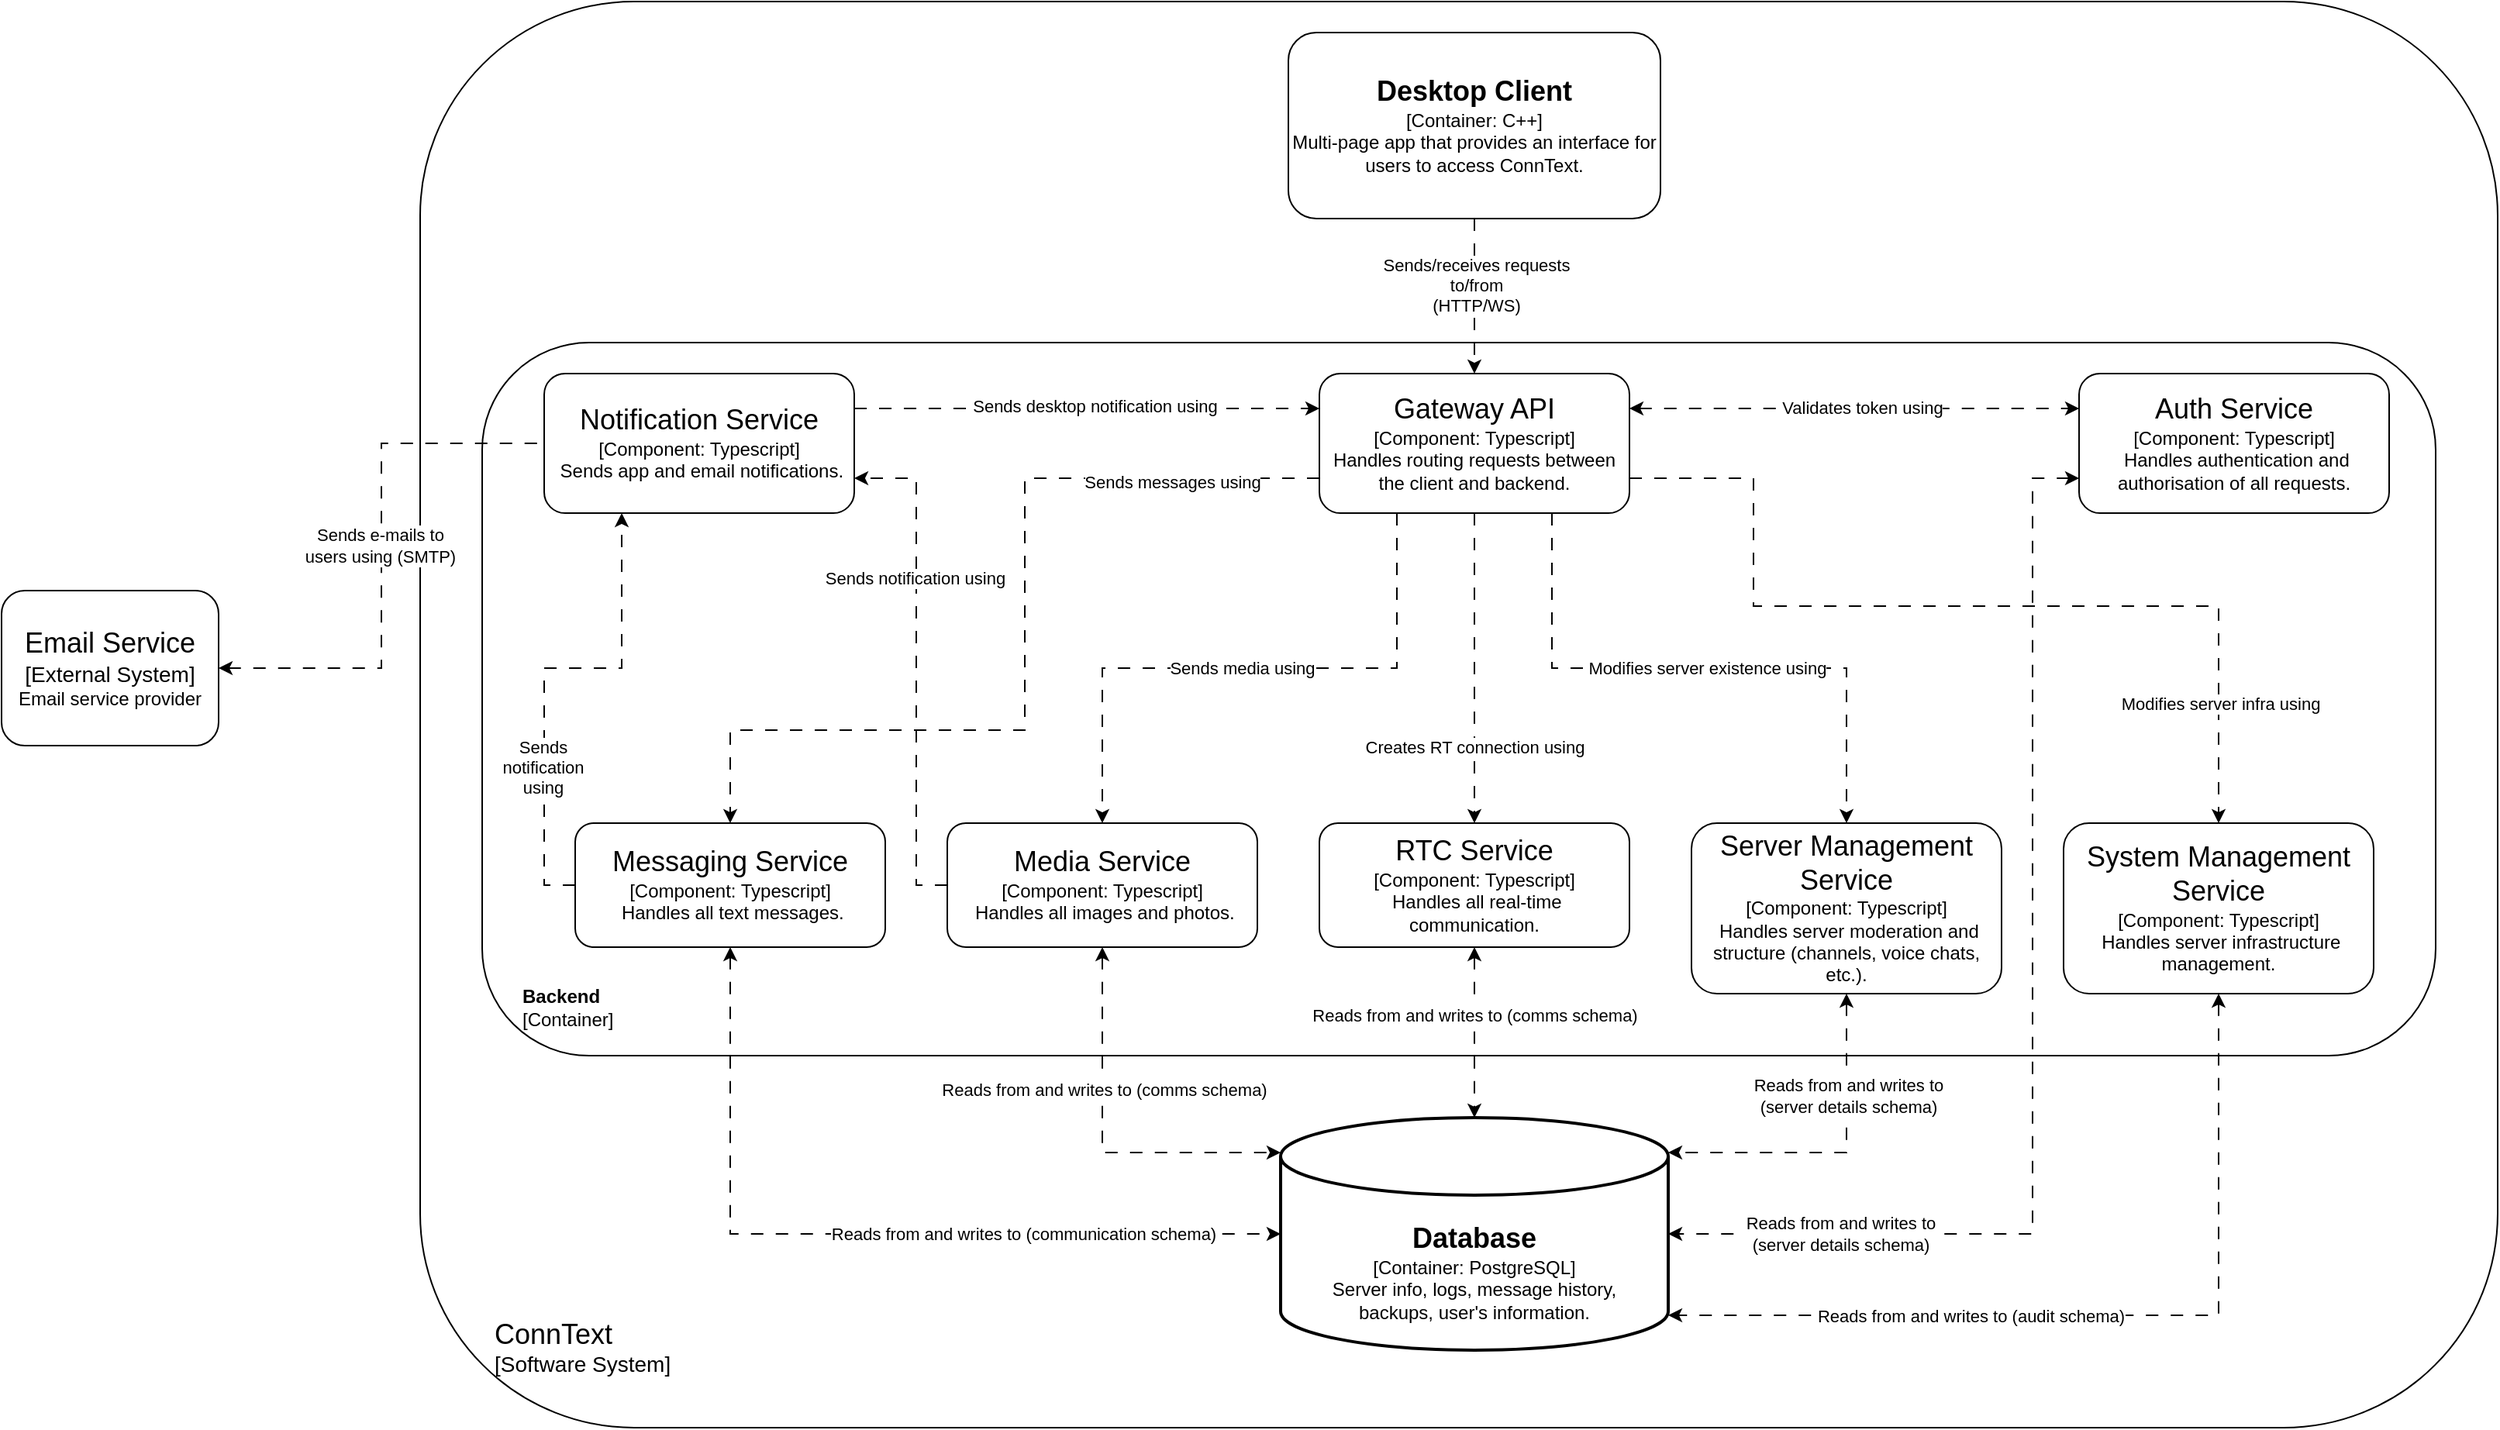
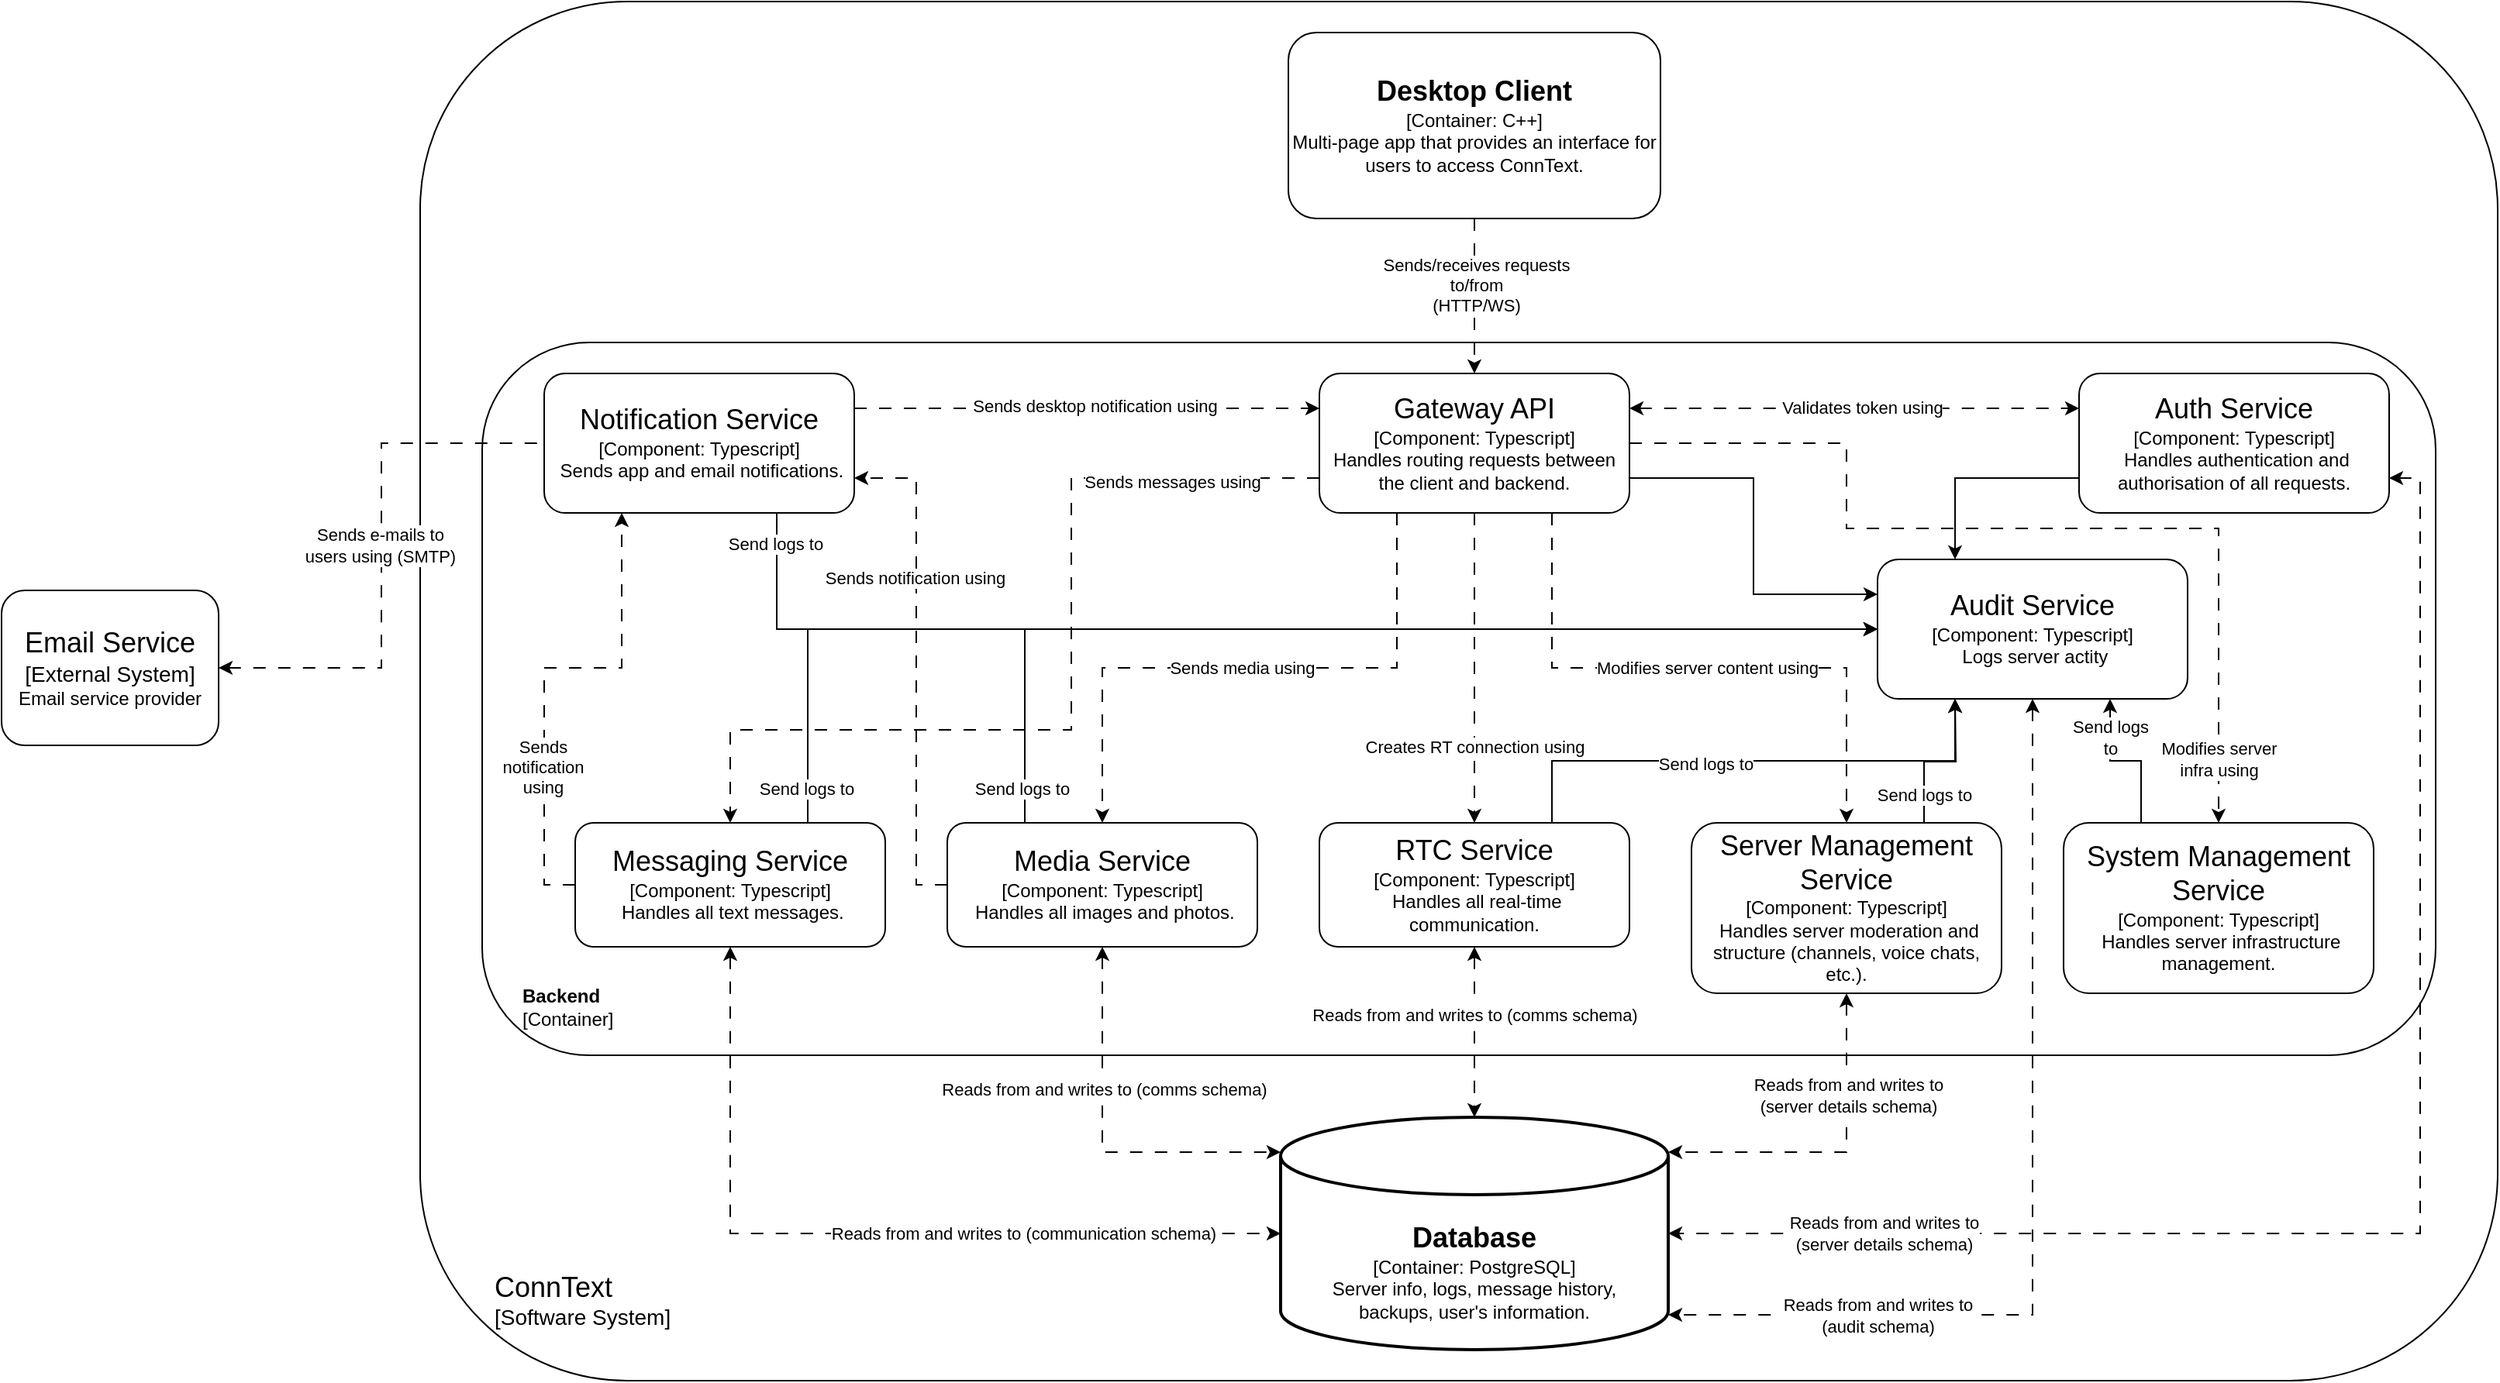
<mxfile host="app.diagrams.net">
  <diagram name="Page-1" id="-D0uz9oCqLTvvD-DE7tV">
-     <mxGraphModel dx="1474" dy="938" grid="1" gridSize="10" guides="1" tooltips="1" connect="1" arrows="1" fold="1" page="1" pageScale="1" pageWidth="850" pageHeight="1100" math="0" shadow="0">
+     <mxGraphModel dx="1638" dy="1042" grid="1" gridSize="10" guides="1" tooltips="1" connect="1" arrows="1" fold="1" page="1" pageScale="1" pageWidth="850" pageHeight="1100" math="0" shadow="0">
      <root>
        <mxCell id="0" />
        <mxCell id="1" parent="0" />
        <mxCell id="F4wSaaVHy6crQIPHMRsN-14" parent="1" style="rounded=1;whiteSpace=wrap;html=1;labelBackgroundColor=none;fillColor=none;align=left;verticalAlign=bottom;labelPosition=center;verticalLabelPosition=middle;spacingBottom=30;spacingLeft=46;" value="&lt;div&gt;&lt;font style=&quot;font-size: 18px;&quot;&gt;ConnText&lt;/font&gt;&lt;/div&gt;&lt;div&gt;&lt;font style=&quot;font-size: 14px;&quot;&gt;[Software System]&lt;/font&gt;&lt;/div&gt;" vertex="1">
-           <mxGeometry height="920" width="1340" x="840" y="160" as="geometry" />
+           <mxGeometry height="890" width="1340" x="840" y="160" as="geometry" />
        </mxCell>
        <mxCell id="F4wSaaVHy6crQIPHMRsN-20" edge="1" parent="1" source="F4wSaaVHy6crQIPHMRsN-19" style="edgeStyle=orthogonalEdgeStyle;rounded=0;orthogonalLoop=1;jettySize=auto;html=1;dashed=1;dashPattern=8 8;startArrow=classic;startFill=1;endArrow=none;endFill=0;entryX=0;entryY=0.5;entryDx=0;entryDy=0;" target="oru-yA7krwuZPlTiFs-v-37">
          <mxGeometry relative="1" as="geometry">
            <mxPoint x="1320" y="510" as="targetPoint" />
          </mxGeometry>
        </mxCell>
        <mxCell id="F4wSaaVHy6crQIPHMRsN-21" connectable="0" parent="F4wSaaVHy6crQIPHMRsN-20" style="edgeLabel;html=1;align=center;verticalAlign=middle;resizable=0;points=[];" value="&lt;div&gt;Sends e-mails to&lt;/div&gt;&lt;div&gt;users using (SMTP)&lt;/div&gt;" vertex="1">
          <mxGeometry relative="1" x="0.04" y="1" as="geometry">
            <mxPoint as="offset" />
          </mxGeometry>
        </mxCell>
        <mxCell id="F4wSaaVHy6crQIPHMRsN-19" parent="1" style="rounded=1;whiteSpace=wrap;html=1;fontStyle=0" value="&lt;div&gt;&lt;font style=&quot;font-size: 18px;&quot;&gt;Email Service&lt;/font&gt;&lt;/div&gt;&lt;div&gt;&lt;font style=&quot;font-size: 14px;&quot;&gt;[External System]&lt;/font&gt;&lt;/div&gt;&lt;div&gt;Email service provider&lt;/div&gt;" vertex="1">
          <mxGeometry height="100" width="140" x="570" y="540" as="geometry" />
        </mxCell>
        <mxCell id="F4wSaaVHy6crQIPHMRsN-22" parent="1" style="rounded=1;whiteSpace=wrap;html=1;" value="&lt;div&gt;&lt;b&gt;&lt;font style=&quot;font-size: 18px;&quot;&gt;Desktop Client&lt;/font&gt;&lt;/b&gt;&lt;/div&gt;&lt;div&gt;[Container: C++]&lt;/div&gt;&lt;div&gt;Multi-page app that provides an interface for users to access ConnText.&lt;/div&gt;" vertex="1">
          <mxGeometry height="120" width="240" x="1400" y="180" as="geometry" />
        </mxCell>
        <mxCell id="F4wSaaVHy6crQIPHMRsN-30" edge="1" parent="1" source="F4wSaaVHy6crQIPHMRsN-22" style="edgeStyle=orthogonalEdgeStyle;rounded=0;orthogonalLoop=1;jettySize=auto;html=1;entryX=0.5;entryY=0;entryDx=0;entryDy=0;dashed=1;dashPattern=8 8;exitX=0.5;exitY=1;exitDx=0;exitDy=0;" target="oru-yA7krwuZPlTiFs-v-1">
          <mxGeometry relative="1" as="geometry">
            <mxPoint x="1440" y="600" as="sourcePoint" />
          </mxGeometry>
        </mxCell>
        <mxCell id="F4wSaaVHy6crQIPHMRsN-31" connectable="0" parent="F4wSaaVHy6crQIPHMRsN-30" style="edgeLabel;html=1;align=center;verticalAlign=middle;resizable=0;points=[];labelBackgroundColor=default;" value="&lt;div&gt;Sends/receives requests&lt;/div&gt;&lt;div&gt;to/from&lt;/div&gt;&lt;div&gt;(HTTP/WS)&lt;/div&gt;" vertex="1">
          <mxGeometry relative="1" x="-0.136" y="1" as="geometry">
            <mxPoint as="offset" />
          </mxGeometry>
        </mxCell>
        <mxCell id="F4wSaaVHy6crQIPHMRsN-37" connectable="0" parent="1" style="group" value="" vertex="1">
          <mxGeometry height="150" width="250" x="1395" y="880" as="geometry" />
        </mxCell>
        <mxCell id="F4wSaaVHy6crQIPHMRsN-33" parent="F4wSaaVHy6crQIPHMRsN-37" style="strokeWidth=2;html=1;shape=mxgraph.flowchart.database;whiteSpace=wrap;" value="" vertex="1">
          <mxGeometry height="150" width="250" as="geometry" />
        </mxCell>
        <UserObject label="&lt;div&gt;&lt;font style=&quot;font-size: 18px;&quot;&gt;&lt;b&gt;Database&lt;/b&gt;&lt;/font&gt;&lt;/div&gt;&lt;div&gt;[Container: PostgreSQL]&lt;/div&gt;&lt;div&gt;Server info, logs, message history, backups, user&#39;s information.&lt;/div&gt;" placeholders="1" name="Variable" id="F4wSaaVHy6crQIPHMRsN-35">
          <mxCell parent="F4wSaaVHy6crQIPHMRsN-37" style="text;html=1;strokeColor=none;fillColor=none;align=center;verticalAlign=middle;whiteSpace=wrap;overflow=hidden;" vertex="1">
            <mxGeometry height="100" width="230" x="10" y="50" as="geometry" />
          </mxCell>
        </UserObject>
        <mxCell id="F4wSaaVHy6crQIPHMRsN-44" connectable="0" parent="1" style="group;fillColor=none;" value="" vertex="1">
          <mxGeometry height="460" width="1280" x="880" y="380" as="geometry" />
        </mxCell>
        <mxCell id="F4wSaaVHy6crQIPHMRsN-29" parent="F4wSaaVHy6crQIPHMRsN-44" style="rounded=1;whiteSpace=wrap;html=1;backgroundOutline=0;gradientColor=none;fillColor=none;align=left;verticalAlign=bottom;fontSize=12;spacingBottom=14;spacingRight=0;spacingLeft=24;" value="&lt;div&gt;&lt;font&gt;&lt;b&gt;Backend&lt;/b&gt;&lt;/font&gt;&lt;/div&gt;&lt;div&gt;[Container]&lt;/div&gt;" vertex="1">
          <mxGeometry height="460" width="1260" as="geometry" />
        </mxCell>
        <mxCell id="oru-yA7krwuZPlTiFs-v-9" edge="1" parent="F4wSaaVHy6crQIPHMRsN-44" source="oru-yA7krwuZPlTiFs-v-1" style="edgeStyle=orthogonalEdgeStyle;rounded=0;orthogonalLoop=1;jettySize=auto;html=1;entryX=0;entryY=0.25;entryDx=0;entryDy=0;dashed=1;dashPattern=8 8;exitX=1;exitY=0.25;exitDx=0;exitDy=0;startArrow=classic;startFill=1;" target="oru-yA7krwuZPlTiFs-v-7">
          <mxGeometry relative="1" as="geometry" />
        </mxCell>
        <mxCell id="oru-yA7krwuZPlTiFs-v-11" connectable="0" parent="oru-yA7krwuZPlTiFs-v-9" style="edgeLabel;html=1;align=center;verticalAlign=middle;resizable=0;points=[];" value="Validates token using" vertex="1">
          <mxGeometry relative="1" x="0.032" y="1" as="geometry">
            <mxPoint as="offset" />
          </mxGeometry>
        </mxCell>
+         <mxCell id="rTsw65dopQfblQQPnAjE-2" edge="1" parent="F4wSaaVHy6crQIPHMRsN-44" source="oru-yA7krwuZPlTiFs-v-1" style="edgeStyle=orthogonalEdgeStyle;rounded=0;orthogonalLoop=1;jettySize=auto;html=1;exitX=1;exitY=0.75;exitDx=0;exitDy=0;entryX=0;entryY=0.25;entryDx=0;entryDy=0;" target="rTsw65dopQfblQQPnAjE-1">
+           <mxGeometry relative="1" as="geometry" />
+         </mxCell>
        <mxCell id="oru-yA7krwuZPlTiFs-v-1" parent="F4wSaaVHy6crQIPHMRsN-44" style="rounded=1;whiteSpace=wrap;html=1;fillColor=none;" value="&lt;div&gt;&lt;font style=&quot;font-size: 18px;&quot;&gt;Gateway API&lt;/font&gt;&lt;/div&gt;&lt;div&gt;[Component: Typescript]&lt;/div&gt;&lt;div&gt;Handles routing requests between the client and backend.&lt;/div&gt;" vertex="1">
          <mxGeometry height="90" width="200" x="540" y="20" as="geometry" />
        </mxCell>
        <mxCell id="oru-yA7krwuZPlTiFs-v-38" edge="1" parent="F4wSaaVHy6crQIPHMRsN-44" source="oru-yA7krwuZPlTiFs-v-2" style="edgeStyle=orthogonalEdgeStyle;rounded=0;orthogonalLoop=1;jettySize=auto;html=1;exitX=0;exitY=0.5;exitDx=0;exitDy=0;entryX=0.25;entryY=1;entryDx=0;entryDy=0;dashed=1;dashPattern=8 8;" target="oru-yA7krwuZPlTiFs-v-37">
          <mxGeometry relative="1" as="geometry" />
        </mxCell>
        <mxCell id="oru-yA7krwuZPlTiFs-v-41" connectable="0" parent="oru-yA7krwuZPlTiFs-v-38" style="edgeLabel;html=1;align=center;verticalAlign=middle;resizable=0;points=[];" value="&lt;div&gt;Sends&lt;/div&gt;&lt;div&gt;notification&lt;/div&gt;&lt;div&gt;using&lt;/div&gt;" vertex="1">
          <mxGeometry relative="1" x="-0.3771" y="1" as="geometry">
+             <mxPoint as="offset" />
+           </mxGeometry>
+         </mxCell>
+         <mxCell id="rTsw65dopQfblQQPnAjE-5" edge="1" parent="F4wSaaVHy6crQIPHMRsN-44" source="oru-yA7krwuZPlTiFs-v-2" style="edgeStyle=orthogonalEdgeStyle;rounded=0;orthogonalLoop=1;jettySize=auto;html=1;exitX=0.75;exitY=0;exitDx=0;exitDy=0;entryX=0;entryY=0.5;entryDx=0;entryDy=0;" target="rTsw65dopQfblQQPnAjE-1">
+           <mxGeometry relative="1" as="geometry" />
+         </mxCell>
+         <mxCell id="rTsw65dopQfblQQPnAjE-14" connectable="0" parent="rTsw65dopQfblQQPnAjE-5" style="edgeLabel;html=1;align=center;verticalAlign=middle;resizable=0;points=[];" value="Send logs to" vertex="1">
+           <mxGeometry relative="1" x="-0.9444" y="1" as="geometry">
            <mxPoint as="offset" />
          </mxGeometry>
        </mxCell>
        <mxCell id="oru-yA7krwuZPlTiFs-v-2" parent="F4wSaaVHy6crQIPHMRsN-44" style="rounded=1;whiteSpace=wrap;html=1;fillColor=none;" value="&lt;div&gt;&lt;font style=&quot;font-size: 18px;&quot;&gt;Messaging Service&lt;/font&gt;&lt;/div&gt;&lt;div&gt;[Component: Typescript]&lt;/div&gt;&lt;div&gt;&amp;nbsp;Handles all text messages.&lt;/div&gt;" vertex="1">
          <mxGeometry height="80" width="200" x="60" y="310" as="geometry" />
        </mxCell>
        <mxCell id="oru-yA7krwuZPlTiFs-v-39" edge="1" parent="F4wSaaVHy6crQIPHMRsN-44" source="oru-yA7krwuZPlTiFs-v-3" style="edgeStyle=orthogonalEdgeStyle;rounded=0;orthogonalLoop=1;jettySize=auto;html=1;exitX=0;exitY=0.5;exitDx=0;exitDy=0;entryX=1;entryY=0.75;entryDx=0;entryDy=0;dashed=1;dashPattern=8 8;" target="oru-yA7krwuZPlTiFs-v-37">
          <mxGeometry relative="1" as="geometry">
            <Array as="points">
              <mxPoint x="280" y="350" />
              <mxPoint x="280" y="88" />
            </Array>
          </mxGeometry>
        </mxCell>
        <mxCell id="oru-yA7krwuZPlTiFs-v-40" connectable="0" parent="oru-yA7krwuZPlTiFs-v-39" style="edgeLabel;html=1;align=center;verticalAlign=middle;resizable=0;points=[];" value="Sends notification using" vertex="1">
          <mxGeometry relative="1" x="0.0137" y="1" as="geometry">
            <mxPoint y="-55" as="offset" />
          </mxGeometry>
        </mxCell>
+         <mxCell id="rTsw65dopQfblQQPnAjE-6" edge="1" parent="F4wSaaVHy6crQIPHMRsN-44" source="oru-yA7krwuZPlTiFs-v-3" style="edgeStyle=orthogonalEdgeStyle;rounded=0;orthogonalLoop=1;jettySize=auto;html=1;exitX=0.25;exitY=0;exitDx=0;exitDy=0;entryX=0;entryY=0.5;entryDx=0;entryDy=0;" target="rTsw65dopQfblQQPnAjE-1">
+           <mxGeometry relative="1" as="geometry" />
+         </mxCell>
+         <mxCell id="rTsw65dopQfblQQPnAjE-13" connectable="0" parent="rTsw65dopQfblQQPnAjE-6" style="edgeLabel;html=1;align=center;verticalAlign=middle;resizable=0;points=[];" value="Send logs to" vertex="1">
+           <mxGeometry relative="1" x="-0.9328" y="2" as="geometry">
+             <mxPoint as="offset" />
+           </mxGeometry>
+         </mxCell>
        <mxCell id="oru-yA7krwuZPlTiFs-v-3" parent="F4wSaaVHy6crQIPHMRsN-44" style="rounded=1;whiteSpace=wrap;html=1;fillColor=none;" value="&lt;div&gt;&lt;font style=&quot;font-size: 18px;&quot;&gt;Media Service&lt;/font&gt;&lt;/div&gt;&lt;div&gt;[Component: Typescript]&lt;/div&gt;&lt;div&gt;&amp;nbsp;Handles all images and photos.&lt;/div&gt;" vertex="1">
          <mxGeometry height="80" width="200" x="300" y="310" as="geometry" />
        </mxCell>
+         <mxCell id="rTsw65dopQfblQQPnAjE-7" edge="1" parent="F4wSaaVHy6crQIPHMRsN-44" source="oru-yA7krwuZPlTiFs-v-4" style="edgeStyle=orthogonalEdgeStyle;rounded=0;orthogonalLoop=1;jettySize=auto;html=1;exitX=0.75;exitY=0;exitDx=0;exitDy=0;entryX=0.25;entryY=1;entryDx=0;entryDy=0;" target="rTsw65dopQfblQQPnAjE-1">
+           <mxGeometry relative="1" as="geometry" />
+         </mxCell>
+         <mxCell id="rTsw65dopQfblQQPnAjE-11" connectable="0" parent="rTsw65dopQfblQQPnAjE-7" style="edgeLabel;html=1;align=center;verticalAlign=middle;resizable=0;points=[];" value="Send logs to" vertex="1">
+           <mxGeometry relative="1" x="-0.1817" y="-2" as="geometry">
+             <mxPoint as="offset" />
+           </mxGeometry>
+         </mxCell>
        <mxCell id="oru-yA7krwuZPlTiFs-v-4" parent="F4wSaaVHy6crQIPHMRsN-44" style="rounded=1;whiteSpace=wrap;html=1;fillColor=none;" value="&lt;div&gt;&lt;font style=&quot;font-size: 18px;&quot;&gt;RTC Service&lt;/font&gt;&lt;/div&gt;&lt;div&gt;[Component: Typescript]&lt;/div&gt;&lt;div&gt;&amp;nbsp;Handles all real-time communication.&lt;/div&gt;" vertex="1">
          <mxGeometry height="80" width="200" x="540" y="310" as="geometry" />
+         </mxCell>
+         <mxCell id="rTsw65dopQfblQQPnAjE-8" edge="1" parent="F4wSaaVHy6crQIPHMRsN-44" source="oru-yA7krwuZPlTiFs-v-5" style="edgeStyle=orthogonalEdgeStyle;rounded=0;orthogonalLoop=1;jettySize=auto;html=1;exitX=0.75;exitY=0;exitDx=0;exitDy=0;">
+           <mxGeometry relative="1" as="geometry">
+             <mxPoint x="950" y="230" as="targetPoint" />
+           </mxGeometry>
+         </mxCell>
+         <mxCell id="rTsw65dopQfblQQPnAjE-12" connectable="0" parent="rTsw65dopQfblQQPnAjE-8" style="edgeLabel;html=1;align=center;verticalAlign=middle;resizable=0;points=[];" value="Send logs to" vertex="1">
+           <mxGeometry relative="1" x="-0.6356" as="geometry">
+             <mxPoint as="offset" />
+           </mxGeometry>
        </mxCell>
        <mxCell id="oru-yA7krwuZPlTiFs-v-5" parent="F4wSaaVHy6crQIPHMRsN-44" style="rounded=1;whiteSpace=wrap;html=1;fillColor=none;" value="&lt;div&gt;&lt;font style=&quot;font-size: 18px;&quot;&gt;Server Management Service&lt;/font&gt;&lt;/div&gt;&lt;div&gt;[Component: Typescript]&lt;/div&gt;&lt;div&gt;&amp;nbsp;Handles server moderation and structure (channels, voice chats, etc.).&lt;/div&gt;" vertex="1">
          <mxGeometry height="110" width="200" x="780" y="310" as="geometry" />
        </mxCell>
        <mxCell id="oru-yA7krwuZPlTiFs-v-10" edge="1" parent="F4wSaaVHy6crQIPHMRsN-44" source="oru-yA7krwuZPlTiFs-v-1" style="edgeStyle=orthogonalEdgeStyle;rounded=0;orthogonalLoop=1;jettySize=auto;html=1;exitX=0.5;exitY=1;exitDx=0;exitDy=0;entryX=0.5;entryY=0;entryDx=0;entryDy=0;dashed=1;dashPattern=8 8;" target="oru-yA7krwuZPlTiFs-v-4">
          <mxGeometry relative="1" as="geometry" />
        </mxCell>
        <mxCell id="oru-yA7krwuZPlTiFs-v-12" connectable="0" parent="oru-yA7krwuZPlTiFs-v-10" style="edgeLabel;html=1;align=center;verticalAlign=middle;resizable=0;points=[];" value="&lt;div&gt;Creates RT connection using&lt;/div&gt;" vertex="1">
          <mxGeometry relative="1" x="-0.1771" y="-1" as="geometry">
            <mxPoint x="1" y="68" as="offset" />
          </mxGeometry>
        </mxCell>
        <mxCell id="oru-yA7krwuZPlTiFs-v-13" edge="1" parent="F4wSaaVHy6crQIPHMRsN-44" source="oru-yA7krwuZPlTiFs-v-1" style="edgeStyle=orthogonalEdgeStyle;rounded=0;orthogonalLoop=1;jettySize=auto;html=1;exitX=0.25;exitY=1;exitDx=0;exitDy=0;entryX=0.5;entryY=0;entryDx=0;entryDy=0;dashed=1;dashPattern=8 8;" target="oru-yA7krwuZPlTiFs-v-3">
          <mxGeometry relative="1" as="geometry" />
        </mxCell>
        <mxCell id="oru-yA7krwuZPlTiFs-v-14" connectable="0" parent="oru-yA7krwuZPlTiFs-v-13" style="edgeLabel;html=1;align=center;verticalAlign=middle;resizable=0;points=[];" value="Sends media using" vertex="1">
          <mxGeometry relative="1" x="0.5584" as="geometry">
            <mxPoint x="90" y="-14" as="offset" />
          </mxGeometry>
        </mxCell>
        <mxCell id="oru-yA7krwuZPlTiFs-v-16" edge="1" parent="F4wSaaVHy6crQIPHMRsN-44" source="oru-yA7krwuZPlTiFs-v-1" style="edgeStyle=orthogonalEdgeStyle;rounded=0;orthogonalLoop=1;jettySize=auto;html=1;exitX=0;exitY=0.75;exitDx=0;exitDy=0;entryX=0.5;entryY=0;entryDx=0;entryDy=0;dashed=1;dashPattern=8 8;" target="oru-yA7krwuZPlTiFs-v-2">
          <mxGeometry relative="1" as="geometry">
            <Array as="points">
-               <mxPoint x="350" y="88" />
-               <mxPoint x="350" y="250" />
+               <mxPoint x="380" y="88" />
+               <mxPoint x="380" y="250" />
              <mxPoint x="160" y="250" />
            </Array>
          </mxGeometry>
        </mxCell>
        <mxCell id="oru-yA7krwuZPlTiFs-v-17" connectable="0" parent="oru-yA7krwuZPlTiFs-v-16" style="edgeLabel;html=1;align=center;verticalAlign=middle;resizable=0;points=[];" value="Sends messages using" vertex="1">
          <mxGeometry relative="1" x="0.7522" as="geometry">
            <mxPoint x="270" y="-160" as="offset" />
          </mxGeometry>
        </mxCell>
        <mxCell id="oru-yA7krwuZPlTiFs-v-18" edge="1" parent="F4wSaaVHy6crQIPHMRsN-44" source="oru-yA7krwuZPlTiFs-v-1" style="edgeStyle=orthogonalEdgeStyle;rounded=0;orthogonalLoop=1;jettySize=auto;html=1;exitX=0.75;exitY=1;exitDx=0;exitDy=0;entryX=0.5;entryY=0;entryDx=0;entryDy=0;dashed=1;dashPattern=8 8;" target="oru-yA7krwuZPlTiFs-v-5">
          <mxGeometry relative="1" as="geometry" />
        </mxCell>
-         <mxCell id="oru-yA7krwuZPlTiFs-v-19" connectable="0" parent="oru-yA7krwuZPlTiFs-v-18" style="edgeLabel;html=1;align=center;verticalAlign=middle;resizable=0;points=[];" value="Modifies server existence using" vertex="1">
+         <mxCell id="oru-yA7krwuZPlTiFs-v-19" connectable="0" parent="oru-yA7krwuZPlTiFs-v-18" style="edgeLabel;html=1;align=center;verticalAlign=middle;resizable=0;points=[];" value="Modifies server content using" vertex="1">
          <mxGeometry relative="1" x="0.6157" y="1" as="geometry">
            <mxPoint x="-91" y="-25" as="offset" />
          </mxGeometry>
        </mxCell>
-         <mxCell id="oru-yA7krwuZPlTiFs-v-20" edge="1" parent="F4wSaaVHy6crQIPHMRsN-44" source="oru-yA7krwuZPlTiFs-v-1" style="edgeStyle=orthogonalEdgeStyle;rounded=0;orthogonalLoop=1;jettySize=auto;html=1;exitX=1;exitY=0.75;exitDx=0;exitDy=0;entryX=0.5;entryY=0;entryDx=0;entryDy=0;dashed=1;dashPattern=8 8;" target="oru-yA7krwuZPlTiFs-v-8">
-           <mxGeometry relative="1" as="geometry">
-             <Array as="points">
-               <mxPoint x="820" y="88" />
-               <mxPoint x="820" y="170" />
-               <mxPoint x="1120" y="170" />
-             </Array>
-           </mxGeometry>
-         </mxCell>
-         <mxCell id="oru-yA7krwuZPlTiFs-v-21" connectable="0" parent="oru-yA7krwuZPlTiFs-v-20" style="edgeLabel;html=1;align=center;verticalAlign=middle;resizable=0;points=[];" value="Modifies server infra using" vertex="1">
+         <mxCell id="oru-yA7krwuZPlTiFs-v-20" edge="1" parent="F4wSaaVHy6crQIPHMRsN-44" source="oru-yA7krwuZPlTiFs-v-1" style="edgeStyle=orthogonalEdgeStyle;rounded=0;orthogonalLoop=1;jettySize=auto;html=1;exitX=1;exitY=0.5;exitDx=0;exitDy=0;entryX=0.5;entryY=0;entryDx=0;entryDy=0;dashed=1;dashPattern=8 8;" target="oru-yA7krwuZPlTiFs-v-8">
+           <mxGeometry relative="1" as="geometry">
+             <Array as="points">
+               <mxPoint x="880" y="65" />
+               <mxPoint x="880" y="120" />
+               <mxPoint x="1120" y="120" />
+             </Array>
+           </mxGeometry>
+         </mxCell>
+         <mxCell id="oru-yA7krwuZPlTiFs-v-21" connectable="0" parent="oru-yA7krwuZPlTiFs-v-20" style="edgeLabel;html=1;align=center;verticalAlign=middle;resizable=0;points=[];" value="&lt;div&gt;Modifies server&lt;/div&gt;&lt;div&gt;infra using&lt;/div&gt;" vertex="1">
          <mxGeometry relative="1" x="0.7443" y="1" as="geometry">
-             <mxPoint as="offset" />
-           </mxGeometry>
+             <mxPoint x="-1" y="39" as="offset" />
+           </mxGeometry>
+         </mxCell>
+         <mxCell id="rTsw65dopQfblQQPnAjE-3" edge="1" parent="F4wSaaVHy6crQIPHMRsN-44" source="oru-yA7krwuZPlTiFs-v-7" style="edgeStyle=orthogonalEdgeStyle;rounded=0;orthogonalLoop=1;jettySize=auto;html=1;exitX=0;exitY=0.75;exitDx=0;exitDy=0;entryX=0.25;entryY=0;entryDx=0;entryDy=0;" target="rTsw65dopQfblQQPnAjE-1">
+           <mxGeometry relative="1" as="geometry" />
        </mxCell>
        <mxCell id="oru-yA7krwuZPlTiFs-v-7" parent="F4wSaaVHy6crQIPHMRsN-44" style="rounded=1;whiteSpace=wrap;html=1;fillColor=none;" value="&lt;div&gt;&lt;font style=&quot;font-size: 18px;&quot;&gt;Auth Service&lt;/font&gt;&lt;/div&gt;&lt;div&gt;[Component: Typescript]&lt;/div&gt;&lt;div&gt;&amp;nbsp;Handles authentication and authorisation of all requests.&lt;/div&gt;" vertex="1">
          <mxGeometry height="90" width="200" x="1030" y="20" as="geometry" />
+         </mxCell>
+         <mxCell id="rTsw65dopQfblQQPnAjE-9" edge="1" parent="F4wSaaVHy6crQIPHMRsN-44" source="oru-yA7krwuZPlTiFs-v-8" style="edgeStyle=orthogonalEdgeStyle;rounded=0;orthogonalLoop=1;jettySize=auto;html=1;exitX=0.25;exitY=0;exitDx=0;exitDy=0;entryX=0.75;entryY=1;entryDx=0;entryDy=0;" target="rTsw65dopQfblQQPnAjE-1">
+           <mxGeometry relative="1" as="geometry" />
+         </mxCell>
+         <mxCell id="rTsw65dopQfblQQPnAjE-10" connectable="0" parent="rTsw65dopQfblQQPnAjE-9" style="edgeLabel;html=1;align=center;verticalAlign=middle;resizable=0;points=[];" value="&lt;div&gt;Send logs&lt;/div&gt;&lt;div&gt;to&lt;/div&gt;" vertex="1">
+           <mxGeometry relative="1" x="0.4978" as="geometry">
+             <mxPoint as="offset" />
+           </mxGeometry>
        </mxCell>
        <mxCell id="oru-yA7krwuZPlTiFs-v-8" parent="F4wSaaVHy6crQIPHMRsN-44" style="rounded=1;whiteSpace=wrap;html=1;fillColor=none;" value="&lt;div&gt;&lt;font style=&quot;font-size: 18px;&quot;&gt;System Management Service&lt;/font&gt;&lt;/div&gt;&lt;div&gt;[Component: Typescript]&lt;/div&gt;&lt;div&gt;&amp;nbsp;Handles server infrastructure management.&lt;/div&gt;" vertex="1">
          <mxGeometry height="110" width="200" x="1020" y="310" as="geometry" />
        </mxCell>
        <mxCell id="oru-yA7krwuZPlTiFs-v-42" edge="1" parent="F4wSaaVHy6crQIPHMRsN-44" source="oru-yA7krwuZPlTiFs-v-37" style="edgeStyle=orthogonalEdgeStyle;rounded=0;orthogonalLoop=1;jettySize=auto;html=1;exitX=1;exitY=0.25;exitDx=0;exitDy=0;entryX=0;entryY=0.25;entryDx=0;entryDy=0;dashed=1;dashPattern=8 8;" target="oru-yA7krwuZPlTiFs-v-1">
          <mxGeometry relative="1" as="geometry" />
        </mxCell>
        <mxCell id="oru-yA7krwuZPlTiFs-v-43" connectable="0" parent="oru-yA7krwuZPlTiFs-v-42" style="edgeLabel;html=1;align=center;verticalAlign=middle;resizable=0;points=[];" value="Sends desktop notification using" vertex="1">
          <mxGeometry relative="1" x="-0.16" y="-1" as="geometry">
            <mxPoint x="29" y="-3" as="offset" />
          </mxGeometry>
        </mxCell>
+         <mxCell id="rTsw65dopQfblQQPnAjE-4" edge="1" parent="F4wSaaVHy6crQIPHMRsN-44" source="oru-yA7krwuZPlTiFs-v-37" style="edgeStyle=orthogonalEdgeStyle;rounded=0;orthogonalLoop=1;jettySize=auto;html=1;exitX=0.75;exitY=1;exitDx=0;exitDy=0;entryX=0;entryY=0.5;entryDx=0;entryDy=0;" target="rTsw65dopQfblQQPnAjE-1">
+           <mxGeometry relative="1" as="geometry" />
+         </mxCell>
+         <mxCell id="rTsw65dopQfblQQPnAjE-15" connectable="0" parent="rTsw65dopQfblQQPnAjE-4" style="edgeLabel;html=1;align=center;verticalAlign=middle;resizable=0;points=[];" value="Send logs to" vertex="1">
+           <mxGeometry relative="1" x="-0.9021" y="-1" as="geometry">
+             <mxPoint y="-19" as="offset" />
+           </mxGeometry>
+         </mxCell>
        <mxCell id="oru-yA7krwuZPlTiFs-v-37" parent="F4wSaaVHy6crQIPHMRsN-44" style="rounded=1;whiteSpace=wrap;html=1;fillColor=none;" value="&lt;div&gt;&lt;font style=&quot;font-size: 18px;&quot;&gt;Notification Service&lt;/font&gt;&lt;/div&gt;&lt;div&gt;[Component: Typescript]&lt;/div&gt;&lt;div&gt;&amp;nbsp;Sends app and email notifications.&lt;/div&gt;" vertex="1">
          <mxGeometry height="90" width="200" x="40" y="20" as="geometry" />
        </mxCell>
+         <mxCell id="rTsw65dopQfblQQPnAjE-1" parent="F4wSaaVHy6crQIPHMRsN-44" style="rounded=1;whiteSpace=wrap;html=1;fillColor=none;" value="&lt;div&gt;&lt;font style=&quot;font-size: 18px;&quot;&gt;Audit Service&lt;/font&gt;&lt;/div&gt;&lt;div&gt;[Component: Typescript]&lt;/div&gt;&lt;div&gt;&amp;nbsp;Logs server actity&lt;/div&gt;" vertex="1">
+           <mxGeometry height="90" width="200" x="900" y="140" as="geometry" />
+         </mxCell>
        <mxCell id="oru-yA7krwuZPlTiFs-v-23" edge="1" parent="1" source="oru-yA7krwuZPlTiFs-v-2" style="edgeStyle=orthogonalEdgeStyle;rounded=0;orthogonalLoop=1;jettySize=auto;html=1;entryX=0;entryY=0.5;entryDx=0;entryDy=0;entryPerimeter=0;exitX=0.5;exitY=1;exitDx=0;exitDy=0;dashed=1;dashPattern=8 8;startArrow=classic;startFill=1;" target="F4wSaaVHy6crQIPHMRsN-33">
          <mxGeometry relative="1" as="geometry" />
        </mxCell>
        <mxCell id="oru-yA7krwuZPlTiFs-v-25" connectable="0" parent="oru-yA7krwuZPlTiFs-v-23" style="edgeLabel;html=1;align=center;verticalAlign=middle;resizable=0;points=[];" value="Reads from and writes to (communication schema)" vertex="1">
          <mxGeometry relative="1" x="0.3848" as="geometry">
            <mxPoint as="offset" />
          </mxGeometry>
        </mxCell>
        <mxCell id="oru-yA7krwuZPlTiFs-v-26" edge="1" parent="1" source="oru-yA7krwuZPlTiFs-v-3" style="edgeStyle=orthogonalEdgeStyle;rounded=0;orthogonalLoop=1;jettySize=auto;html=1;exitX=0.5;exitY=1;exitDx=0;exitDy=0;entryX=0;entryY=0.15;entryDx=0;entryDy=0;entryPerimeter=0;dashed=1;dashPattern=8 8;startArrow=classic;startFill=1;" target="F4wSaaVHy6crQIPHMRsN-33">
          <mxGeometry relative="1" as="geometry" />
        </mxCell>
        <mxCell id="oru-yA7krwuZPlTiFs-v-27" connectable="0" parent="oru-yA7krwuZPlTiFs-v-26" style="edgeLabel;html=1;align=center;verticalAlign=middle;resizable=0;points=[];" value="Reads from and writes to (comms schema)" vertex="1">
          <mxGeometry relative="1" x="-0.2582" y="1" as="geometry">
            <mxPoint as="offset" />
          </mxGeometry>
        </mxCell>
        <mxCell id="oru-yA7krwuZPlTiFs-v-28" edge="1" parent="1" source="oru-yA7krwuZPlTiFs-v-4" style="edgeStyle=orthogonalEdgeStyle;rounded=0;orthogonalLoop=1;jettySize=auto;html=1;exitX=0.5;exitY=1;exitDx=0;exitDy=0;entryX=0.5;entryY=0;entryDx=0;entryDy=0;entryPerimeter=0;dashed=1;dashPattern=8 8;startArrow=classic;startFill=1;" target="F4wSaaVHy6crQIPHMRsN-33">
          <mxGeometry relative="1" as="geometry" />
        </mxCell>
        <mxCell id="oru-yA7krwuZPlTiFs-v-29" connectable="0" parent="oru-yA7krwuZPlTiFs-v-28" style="edgeLabel;html=1;align=center;verticalAlign=middle;resizable=0;points=[];" value="Reads from and writes to (comms schema)" vertex="1">
          <mxGeometry relative="1" x="-0.2036" as="geometry">
            <mxPoint as="offset" />
          </mxGeometry>
        </mxCell>
        <mxCell id="oru-yA7krwuZPlTiFs-v-30" edge="1" parent="1" source="oru-yA7krwuZPlTiFs-v-5" style="edgeStyle=orthogonalEdgeStyle;rounded=0;orthogonalLoop=1;jettySize=auto;html=1;exitX=0.5;exitY=1;exitDx=0;exitDy=0;entryX=1;entryY=0.15;entryDx=0;entryDy=0;entryPerimeter=0;dashed=1;dashPattern=8 8;startArrow=classic;startFill=1;" target="F4wSaaVHy6crQIPHMRsN-33">
          <mxGeometry relative="1" as="geometry" />
        </mxCell>
        <mxCell id="oru-yA7krwuZPlTiFs-v-31" connectable="0" parent="oru-yA7krwuZPlTiFs-v-30" style="edgeLabel;html=1;align=center;verticalAlign=middle;resizable=0;points=[];" value="&lt;div&gt;Reads from and writes to&lt;/div&gt;&lt;div&gt;(server details schema)&lt;/div&gt;" vertex="1">
          <mxGeometry relative="1" x="-0.3949" y="1" as="geometry">
            <mxPoint as="offset" />
          </mxGeometry>
        </mxCell>
-         <mxCell id="oru-yA7krwuZPlTiFs-v-32" edge="1" parent="1" source="oru-yA7krwuZPlTiFs-v-8" style="edgeStyle=orthogonalEdgeStyle;rounded=0;orthogonalLoop=1;jettySize=auto;html=1;exitX=0.5;exitY=1;exitDx=0;exitDy=0;entryX=1;entryY=0.85;entryDx=0;entryDy=0;entryPerimeter=0;dashed=1;dashPattern=8 8;startArrow=classic;startFill=1;" target="F4wSaaVHy6crQIPHMRsN-33">
-           <mxGeometry relative="1" as="geometry" />
-         </mxCell>
-         <mxCell id="oru-yA7krwuZPlTiFs-v-33" connectable="0" parent="oru-yA7krwuZPlTiFs-v-32" style="edgeLabel;html=1;align=center;verticalAlign=middle;resizable=0;points=[];" value="Reads from and writes to (audit schema)" vertex="1">
+         <mxCell id="oru-yA7krwuZPlTiFs-v-32" edge="1" parent="1" source="rTsw65dopQfblQQPnAjE-1" style="edgeStyle=orthogonalEdgeStyle;rounded=0;orthogonalLoop=1;jettySize=auto;html=1;exitX=0.5;exitY=1;exitDx=0;exitDy=0;entryX=1;entryY=0.85;entryDx=0;entryDy=0;entryPerimeter=0;dashed=1;dashPattern=8 8;startArrow=classic;startFill=1;" target="F4wSaaVHy6crQIPHMRsN-33">
+           <mxGeometry relative="1" as="geometry" />
+         </mxCell>
+         <mxCell id="oru-yA7krwuZPlTiFs-v-33" connectable="0" parent="oru-yA7krwuZPlTiFs-v-32" style="edgeLabel;html=1;align=center;verticalAlign=middle;resizable=0;points=[];" value="&lt;div&gt;Reads from and writes to&lt;/div&gt;&lt;div&gt;(audit schema)&lt;/div&gt;" vertex="1">
          <mxGeometry relative="1" x="0.3075" as="geometry">
-             <mxPoint as="offset" />
-           </mxGeometry>
-         </mxCell>
-         <mxCell id="oru-yA7krwuZPlTiFs-v-35" edge="1" parent="1" source="oru-yA7krwuZPlTiFs-v-7" style="edgeStyle=orthogonalEdgeStyle;rounded=0;orthogonalLoop=1;jettySize=auto;html=1;exitX=0;exitY=0.75;exitDx=0;exitDy=0;entryX=1;entryY=0.5;entryDx=0;entryDy=0;entryPerimeter=0;dashed=1;dashPattern=8 8;startArrow=classic;startFill=1;" target="F4wSaaVHy6crQIPHMRsN-33">
-           <mxGeometry relative="1" as="geometry">
-             <Array as="points">
-               <mxPoint x="1880" y="468" />
-               <mxPoint x="1880" y="955" />
+             <mxPoint x="-84" as="offset" />
+           </mxGeometry>
+         </mxCell>
+         <mxCell id="oru-yA7krwuZPlTiFs-v-35" edge="1" parent="1" source="oru-yA7krwuZPlTiFs-v-7" style="edgeStyle=orthogonalEdgeStyle;rounded=0;orthogonalLoop=1;jettySize=auto;html=1;exitX=1;exitY=0.75;exitDx=0;exitDy=0;entryX=1;entryY=0.5;entryDx=0;entryDy=0;entryPerimeter=0;dashed=1;dashPattern=8 8;startArrow=classic;startFill=1;" target="F4wSaaVHy6crQIPHMRsN-33">
+           <mxGeometry relative="1" as="geometry">
+             <Array as="points">
+               <mxPoint x="2130" y="468" />
+               <mxPoint x="2130" y="955" />
            </Array>
          </mxGeometry>
        </mxCell>
        <mxCell id="oru-yA7krwuZPlTiFs-v-36" connectable="0" parent="oru-yA7krwuZPlTiFs-v-35" style="edgeLabel;html=1;align=center;verticalAlign=middle;resizable=0;points=[];" value="&lt;div&gt;Reads from and writes to&lt;/div&gt;&lt;div&gt;(server details schema)&lt;/div&gt;" vertex="1">
          <mxGeometry relative="1" x="0.7618" y="1" as="geometry">
            <mxPoint x="21" y="-1" as="offset" />
          </mxGeometry>
        </mxCell>
      </root>
    </mxGraphModel>
  </diagram>
</mxfile>
